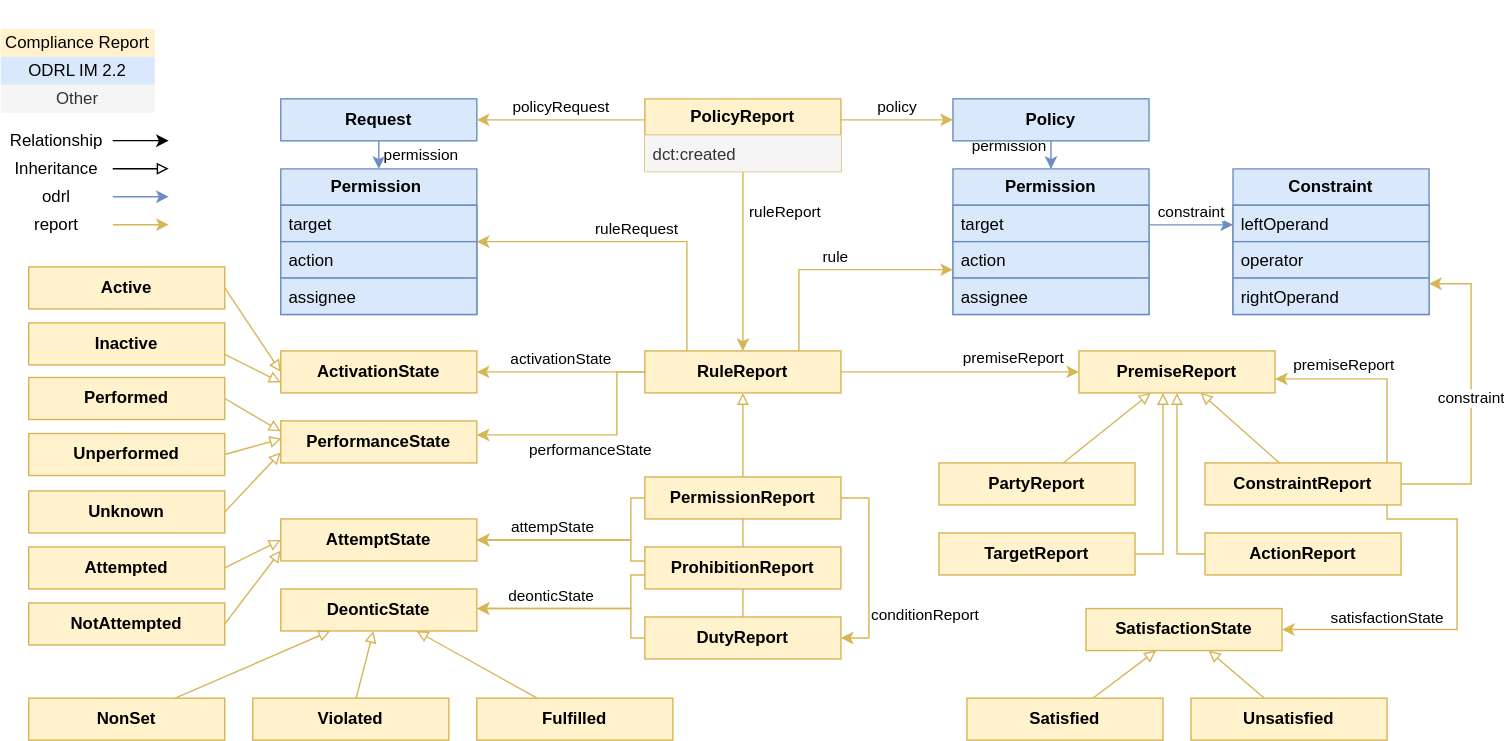
Earlier version of the draw.io export img/Compliance Report Model.svg (SolidLabResearch/ODRL-Compliance-Report-Model). Source tidied: cells renumbered, new cells last; positions are measured from the earlier drawing's top-left corner, leaving out a move shared by most shapes.
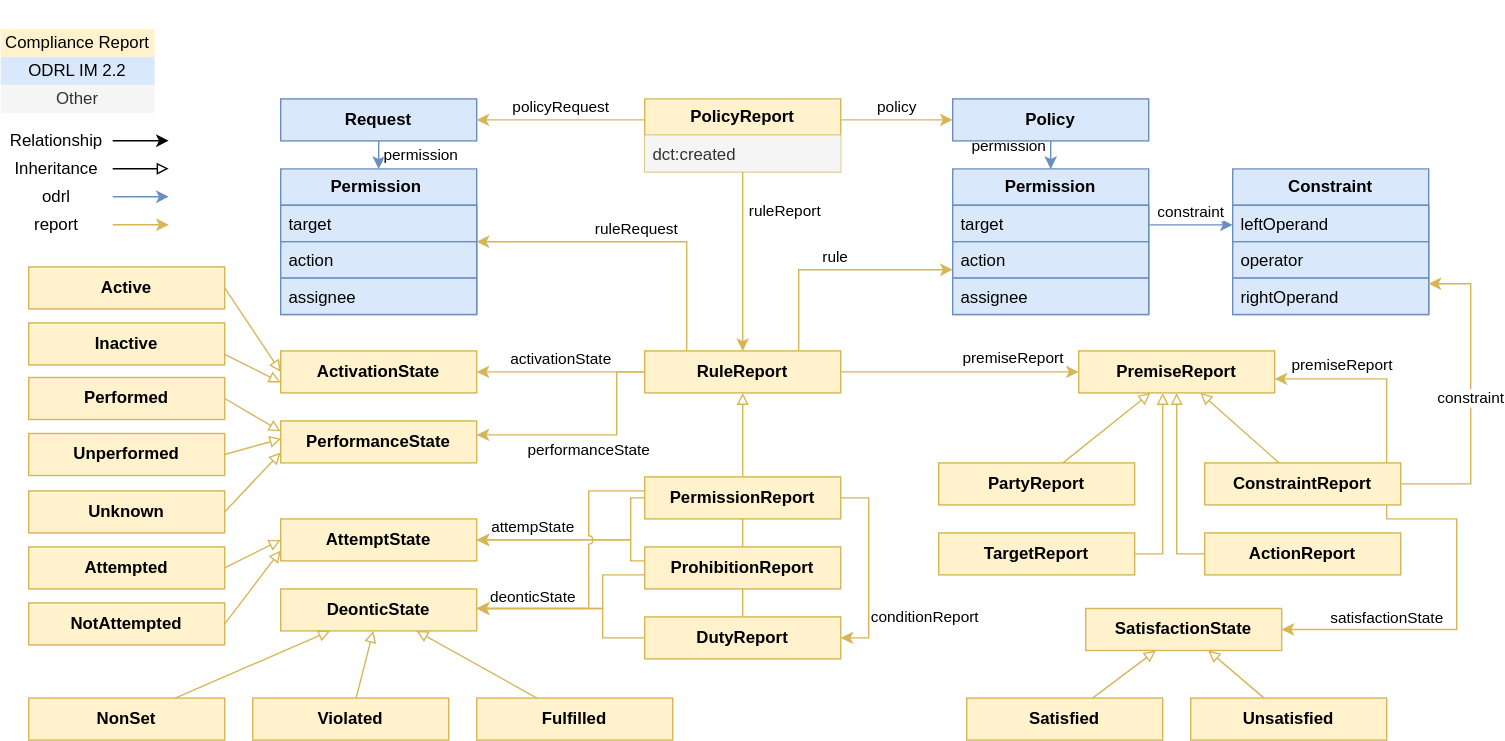
The same file after the commit.

Commit message:
fix: all rules now have doentic state

Diff of the diagram source:
```diff
@@ -241,8 +241,8 @@
         </Array>
       </mxGeometry>
     </mxCell>
-    <mxCell id="60" value="attempState" style="edgeStyle=orthogonalEdgeStyle;rounded=0;jettySize=auto;html=1;verticalAlign=bottom;strokeColor=#D6B656;" parent="1" edge="1" source="41" target="37">
-      <mxGeometry x="0.28" relative="1" as="geometry">
+    <mxCell id="60" value="attempState" style="edgeStyle=orthogonalEdgeStyle;rounded=0;jettySize=auto;html=1;verticalAlign=bottom;strokeColor=#D6B656;jumpStyle=none;" parent="1" edge="1" source="41" target="37">
+      <mxGeometry x="0.47" relative="1" as="geometry">
         <Array as="points">
           <mxPoint x="450" y="355" />
           <mxPoint x="450" y="385" />
@@ -250,10 +250,10 @@
       </mxGeometry>
     </mxCell>
     <mxCell id="61" value="deonticState" style="edgeStyle=orthogonalEdgeStyle;rounded=0;jettySize=auto;html=1;verticalAlign=bottom;strokeColor=#D6B656;" parent="1" edge="1" source="43" target="38">
-      <mxGeometry x="0.28" relative="1" as="geometry">
+      <mxGeometry x="0.44" y="1" relative="1" as="geometry">
         <Array as="points">
-          <mxPoint x="450" y="410" />
-          <mxPoint x="450" y="434" />
+          <mxPoint x="430" y="410" />
+          <mxPoint x="430" y="434" />
         </Array>
       </mxGeometry>
     </mxCell>
@@ -261,8 +261,8 @@
       <mxGeometry relative="1" as="geometry">
         <mxPoint x="340" y="434" as="targetPoint" />
         <Array as="points">
-          <mxPoint x="450" y="455" />
-          <mxPoint x="450" y="434" />
+          <mxPoint x="430" y="455" />
+          <mxPoint x="430" y="434" />
         </Array>
       </mxGeometry>
     </mxCell>
@@ -364,5 +364,14 @@
         </Array>
       </mxGeometry>
     </mxCell>
+    <mxCell id="92" style="edgeStyle=orthogonalEdgeStyle;rounded=0;jettySize=auto;html=1;strokeColor=#D6B656;jumpStyle=arc;" parent="1" edge="1" source="41">
+      <mxGeometry relative="1" as="geometry">
+        <mxPoint x="340" y="434" as="targetPoint" />
+        <Array as="points">
+          <mxPoint x="420" y="350" />
+          <mxPoint x="420" y="434" />
+        </Array>
+      </mxGeometry>
+    </mxCell>
   </root>
 </mxGraphModel>
```
